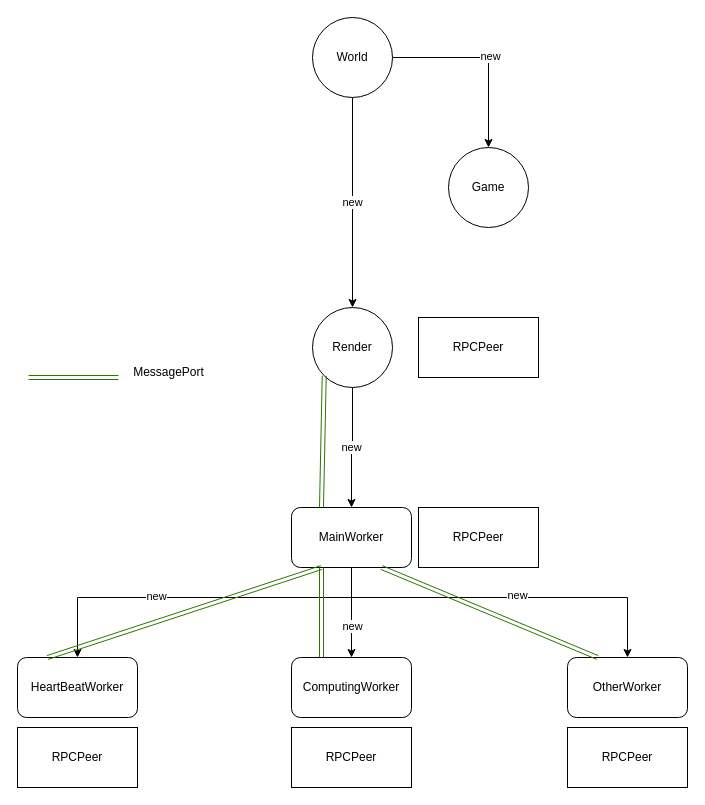
ApowoGames/webworker-rpc keeps this draw.io diagram as page "创建结构" (1 of 2) of src/webworker.drawio. Above is the earlier version. Source tidied: cells renumbered, new cells numbered last; positions are measured from the earlier drawing's top-left corner, leaving out a move shared by most shapes. Both pictures are drawn from the tidied source at 100%, with x=0, y=0 at pixel (17, 17).
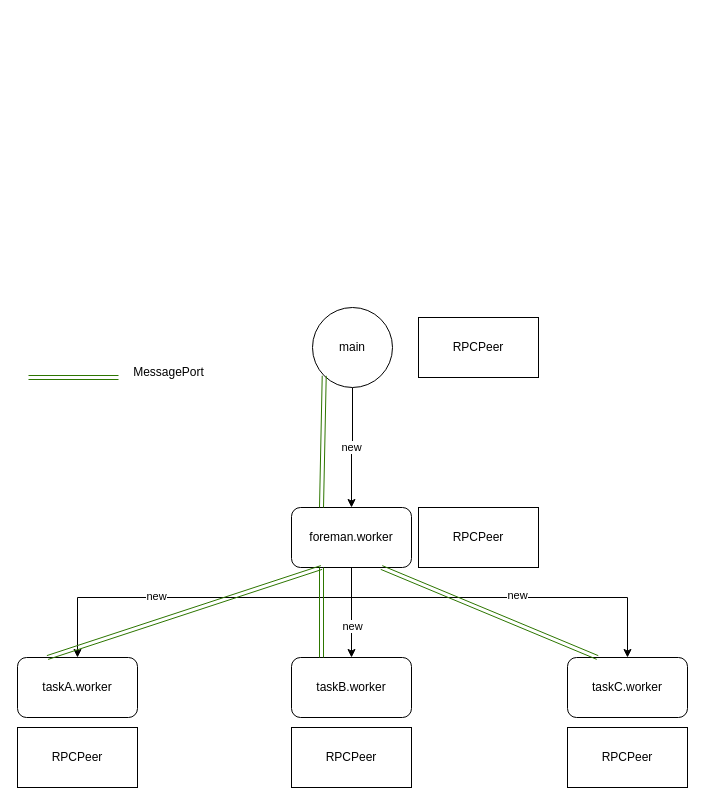
After the change.

Diff of the diagram source:
```diff
@@
-    <mxCell id="3" value="Render" style="ellipse;whiteSpace=wrap;html=1;align=center;" parent="1" vertex="1">
+    <mxCell id="3" value="main" style="ellipse;whiteSpace=wrap;html=1;align=center;" parent="1" vertex="1">
       <mxGeometry x="295" y="290" width="80" height="80" as="geometry" />
     </mxCell>
@@
-    <mxCell id="5" value="&lt;span&gt;HeartBeatWorker&lt;/span&gt;" style="rounded=1;whiteSpace=wrap;html=1;align=center;" parent="1" vertex="1">
+    <mxCell id="5" value="&lt;span&gt;taskA.worker&lt;/span&gt;" style="rounded=1;whiteSpace=wrap;html=1;align=center;" parent="1" vertex="1">
       <mxGeometry y="640" width="120" height="60" as="geometry" />
     </mxCell>
-    <mxCell id="6" value="&lt;span&gt;ComputingWorker&lt;/span&gt;" style="rounded=1;whiteSpace=wrap;html=1;align=center;" parent="1" vertex="1">
+    <mxCell id="6" value="&lt;span&gt;taskB.worker&lt;/span&gt;" style="rounded=1;whiteSpace=wrap;html=1;align=center;" parent="1" vertex="1">
       <mxGeometry x="274" y="640" width="120" height="60" as="geometry" />
     </mxCell>
@@
-    <mxCell id="9" value="&lt;span&gt;OtherWorker&lt;/span&gt;" style="rounded=1;whiteSpace=wrap;html=1;align=center;" parent="1" vertex="1">
+    <mxCell id="9" value="&lt;span&gt;taskC.worker&lt;/span&gt;" style="rounded=1;whiteSpace=wrap;html=1;align=center;" parent="1" vertex="1">
       <mxGeometry x="550" y="640" width="120" height="60" as="geometry" />
     </mxCell>
@@
-    <mxCell id="16" value="MainWorker" style="rounded=1;whiteSpace=wrap;html=1;align=center;" parent="1" vertex="1">
+    <mxCell id="16" value="foreman.worker" style="rounded=1;whiteSpace=wrap;html=1;align=center;" parent="1" vertex="1">
       <mxGeometry x="274" y="490" width="120" height="60" as="geometry" />
     </mxCell>
@@
-    <mxCell id="25" style="edgeStyle=orthogonalEdgeStyle;rounded=0;jettySize=auto;html=1;entryX=0.5;entryY=0;entryDx=0;entryDy=0;" parent="1" edge="1" source="28" target="29">
-      <mxGeometry relative="1" as="geometry" />
-    </mxCell>
-    <mxCell id="26" value="new" style="edgeLabel;html=1;align=center;verticalAlign=middle;" parent="25" vertex="1">
-      <mxGeometry x="0.03" y="-5" relative="1" as="geometry">
-        <mxPoint x="6" y="-2" as="offset" />
-      </mxGeometry>
-    </mxCell>
-    <mxCell id="27" value="new" style="edgeStyle=orthogonalEdgeStyle;rounded=0;jettySize=auto;html=1;entryX=0.5;entryY=0;entryDx=0;entryDy=0;" parent="1" edge="1" source="28" target="3">
-      <mxGeometry relative="1" as="geometry" />
-    </mxCell>
-    <mxCell id="28" value="World" style="ellipse;whiteSpace=wrap;html=1;" parent="1" vertex="1">
-      <mxGeometry x="295" width="80" height="80" as="geometry" />
-    </mxCell>
-    <mxCell id="29" value="Game" style="ellipse;whiteSpace=wrap;html=1;" parent="1" vertex="1">
-      <mxGeometry x="431" y="130" width="80" height="80" as="geometry" />
-    </mxCell>
```
